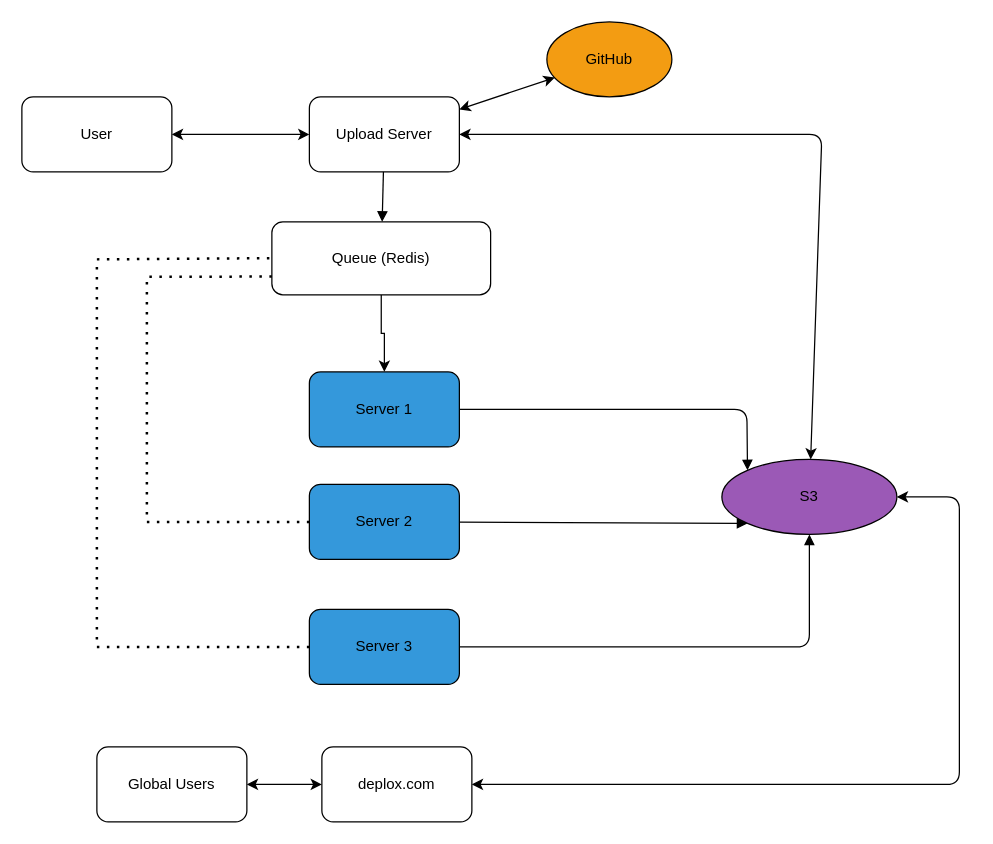
Above: Deplox.drawio in omkarjoshi9/DeploX (draw.io), before the change. Source tidied: cells renumbered, new cells numbered last; positions are measured from the earlier drawing's top-left corner, leaving out a move shared by most shapes. Both pictures are drawn from the tidied source at 125%, with x=0, y=0 at pixel (21, 21).
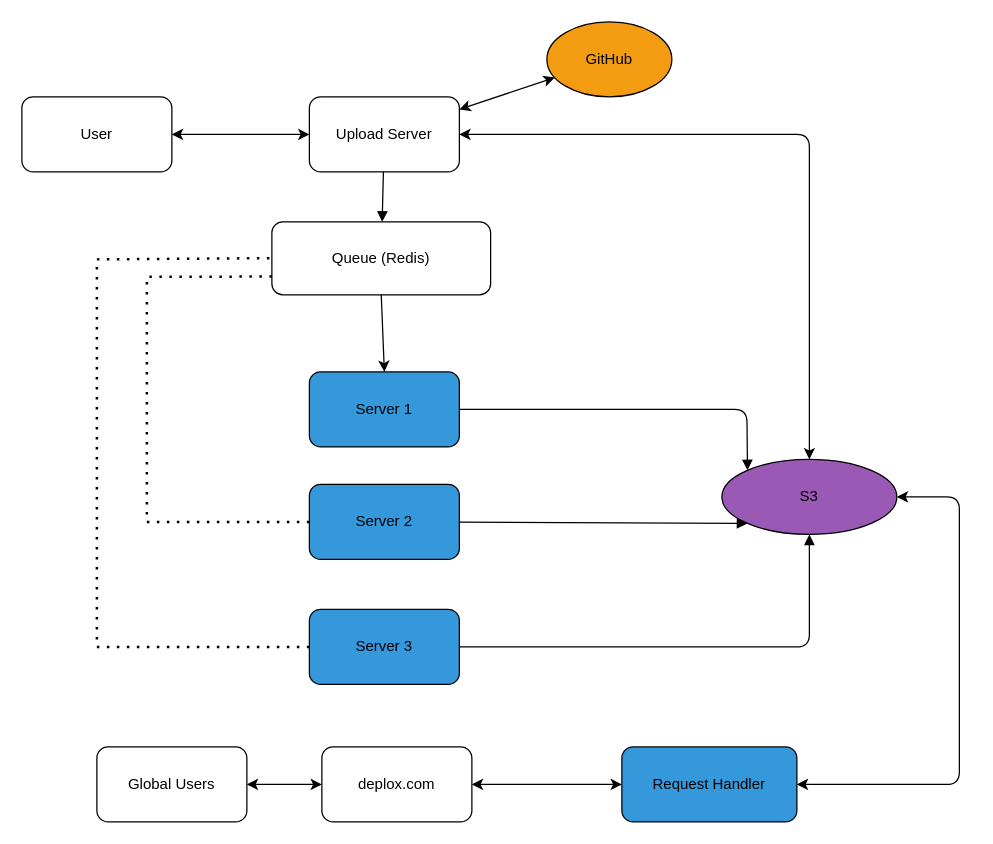
The same diagram, later.

Commit message (it also covers changes not shown here):
changed system design

The change refers to these unchanged cells:
```xml
<mxCell id="3" value="Upload Server" style="rounded=1;whiteSpace=wrap;html=1;" parent="1" vertex="1">
  <mxGeometry x="230" y="60" width="120" height="60" as="geometry" />
</mxCell>
<mxCell id="5" value="S3" style="ellipse;whiteSpace=wrap;html=1;fillColor=#9b59b6;" parent="1" vertex="1">
  <mxGeometry x="560" y="350" width="140" height="60" as="geometry" />
</mxCell>
<mxCell id="7" value="Queue (Redis)" style="shape=label;whiteSpace=wrap;html=1;fillStyle=solid;rounded=1;" parent="1" vertex="1">
  <mxGeometry x="200" y="160" width="175" height="58.3" as="geometry" />
</mxCell>
<mxCell id="12" value="Server 1" style="rounded=1;whiteSpace=wrap;html=1;fillColor=#3498db;" parent="1" vertex="1">
  <mxGeometry x="230" y="280" width="120" height="60" as="geometry" />
</mxCell>
<mxCell id="19" value="deplox.com" style="rounded=1;whiteSpace=wrap;html=1;" parent="1" vertex="1">
  <mxGeometry x="240" y="580" width="120" height="60" as="geometry" />
</mxCell>
```

What changed in the source:
```diff
@@
-    <mxCell id="6" style="edgeStyle=orthogonalEdgeStyle;rounded=0;jettySize=auto;html=1;" parent="1" edge="1" source="7" target="12">
-      <mxGeometry relative="1" as="geometry" />
-    </mxCell>
@@
     <mxCell id="10" style="endArrow=classic;startArrow=classic;html=1;" parent="1" edge="1" source="3" target="5">
       <mxGeometry relative="1" as="geometry">
         <Array as="points">
-          <mxPoint x="640" y="90" />
+          <mxPoint x="630" y="90" />
         </Array>
       </mxGeometry>
     </mxCell>
@@
-    <mxCell id="21" style="endArrow=classic;entryX=1;entryY=0.5;entryDx=0;entryDy=0;startArrow=classic;html=1;" parent="1" edge="1" source="19" target="5">
+    <mxCell id="21" style="endArrow=classic;entryX=1;entryY=0.5;entryDx=0;entryDy=0;startArrow=classic;html=1;exitX=1;exitY=0.5;exitDx=0;exitDy=0;exitPerimeter=0;" parent="1" edge="1" source="24" target="5">
       <mxGeometry relative="1" as="geometry">
         <Array as="points">
           <mxPoint x="750" y="610" />
           <mxPoint x="750" y="380" />
         </Array>
       </mxGeometry>
     </mxCell>
@@
+    <mxCell id="6" style="endArrow=classic;html=1;rounded=0;exitX=0.5;exitY=1;exitDx=0;exitDy=0;entryX=0.5;entryY=0;entryDx=0;entryDy=0;" parent="1" edge="1" source="7" target="12">
+      <mxGeometry relative="1" as="geometry" />
+    </mxCell>
+    <mxCell id="24" value="&lt;div&gt;Request Handler&lt;/div&gt;" style="rounded=1;whiteSpace=wrap;html=1;fillColor=#3498db;" parent="1" vertex="1">
+      <mxGeometry x="480" y="580" width="140" height="60" as="geometry" />
+    </mxCell>
+    <mxCell id="25" style="endArrow=classic;html=1;rounded=0;exitX=0;exitY=0.5;exitDx=0;exitDy=0;entryX=1;entryY=0.5;entryDx=0;entryDy=0;startArrow=classic;" parent="1" edge="1" source="24" target="19">
+      <mxGeometry relative="1" as="geometry" />
+    </mxCell>
```
